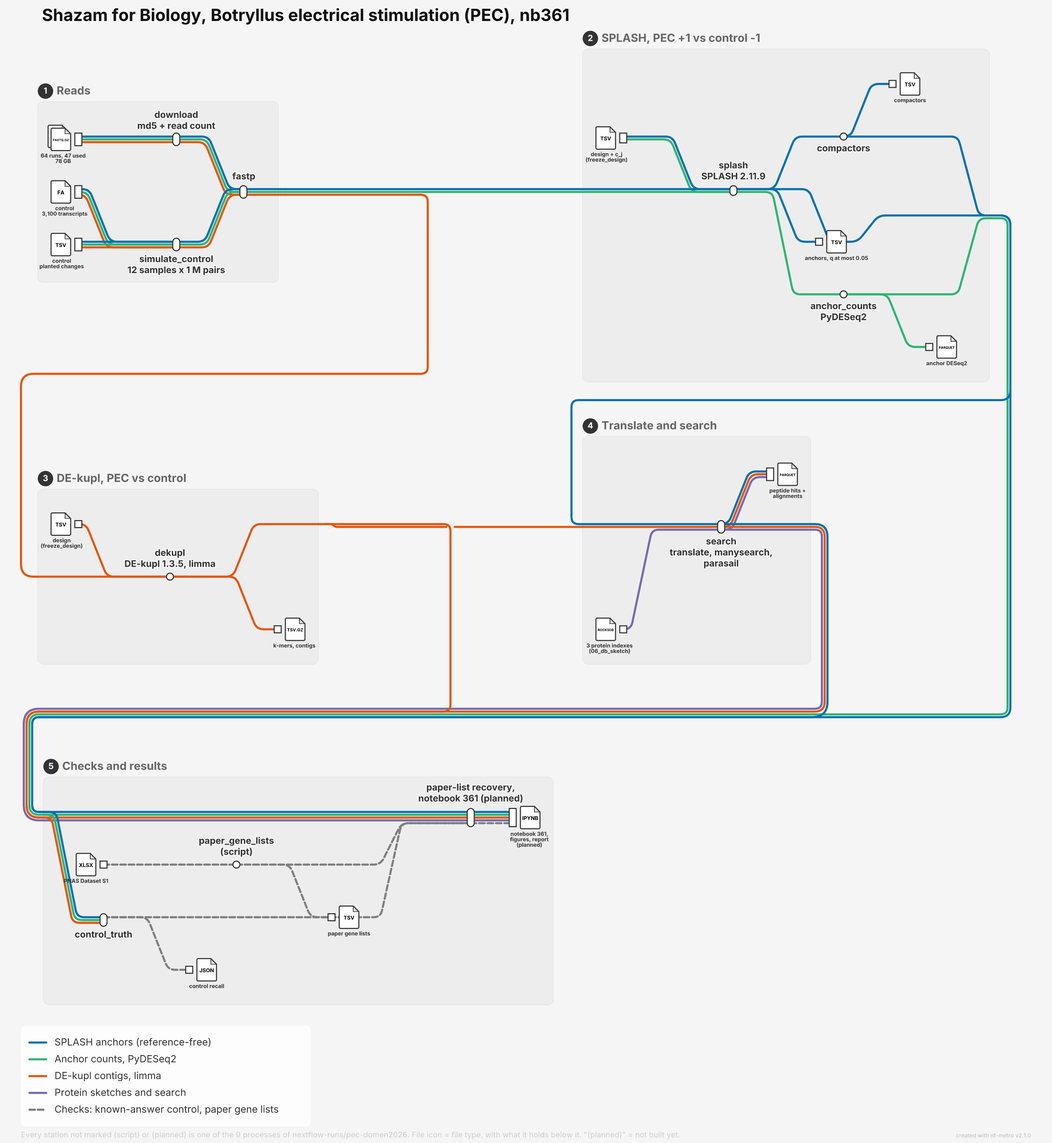
The Mermaid diagram docs/shazam-workflows/shazam_pec_nb361_metro.png in seanome/2024-kmerseek-analysis, before a commit. Its source is kept beside it as docs/shazam-workflows/shazam_pec_nb361_metro.mmd.
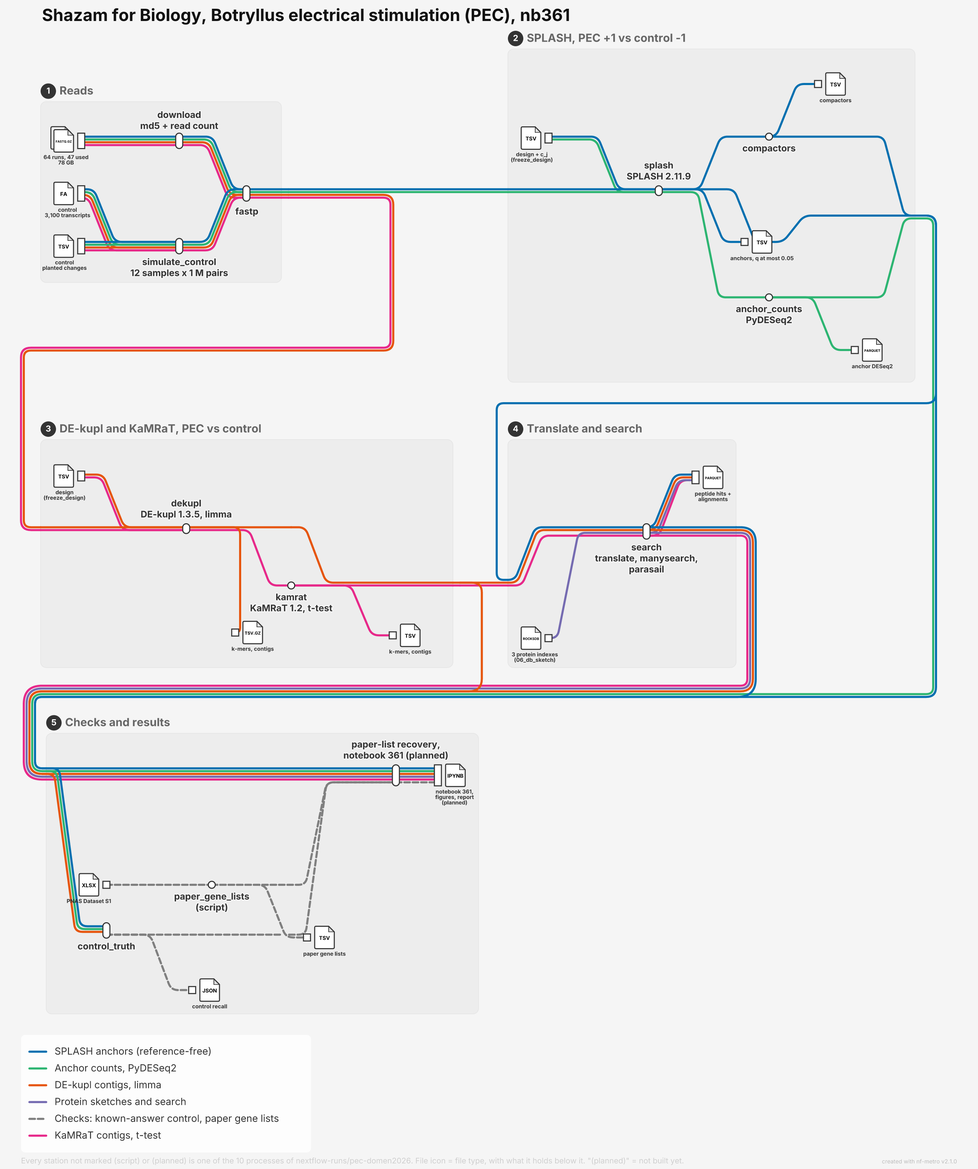
After the change.

Commit message:
PEC metro map: add a KaMRaT station (10 processes)

Diff of the diagram source:
```diff
@@ -8,11 +8,11 @@
         simulate_control[simulate_control\n12 samples x 1 M pairs]
         fastp[fastp]
 
-        reads_in -->|splash,counts,dekupl| download
-        download -->|splash,counts,dekupl| fastp
-        ctrlfa_in -->|splash,counts,dekupl| simulate_control
-        ctrltsv_in -->|splash,counts,dekupl| simulate_control
-        simulate_control -->|splash,counts,dekupl| fastp
+        reads_in -->|splash,counts,dekupl,kamrat| download
+        download -->|splash,counts,dekupl,kamrat| fastp
+        ctrlfa_in -->|splash,counts,dekupl,kamrat| simulate_control
+        ctrltsv_in -->|splash,counts,dekupl,kamrat| simulate_control
+        simulate_control -->|splash,counts,dekupl,kamrat| fastp
     end
 
     subgraph find [SPLASH, PEC +1 vs control -1]
@@ -32,13 +32,17 @@
         anchor_counts -->|counts| deseq_out
     end
 
-    subgraph dk [DE-kupl, PEC vs control]
+    subgraph dk [DE-kupl and KaMRaT, PEC vs control]
         design_dk[ ]
         dekupl[dekupl\nDE-kupl 1.3.5, limma]
+        kamrat[kamrat\nKaMRaT 1.2, t-test]
         dekupl_out[ ]
+        kamrat_out[ ]
 
-        design_dk -->|dekupl| dekupl
+        design_dk -->|dekupl,kamrat| dekupl
         dekupl -->|dekupl| dekupl_out
+        dekupl -->|kamrat| kamrat
+        kamrat -->|kamrat| kamrat_out
     end
 
     subgraph srch [Translate and search]
@@ -47,7 +51,7 @@
         aln_out[ ]
 
         db_in -->|protein| search
-        search -->|splash,dekupl,protein| aln_out
+        search -->|splash,dekupl,kamrat,protein| aln_out
     end
 
     subgraph checks [Checks and results]
@@ -64,15 +68,16 @@
         paper -->|check| paper_out
         control_truth -->|check| recover
         paper -->|check| recover
-        recover -->|splash,counts,dekupl,protein,check| nb_out
+        recover -->|splash,counts,dekupl,kamrat,protein,check| nb_out
     end
 
     fastp -->|splash,counts| splash
-    fastp -->|dekupl| dekupl
+    fastp -->|dekupl,kamrat| dekupl
     compactors -->|splash| search
     dekupl -->|dekupl| search
+    kamrat -->|kamrat| search
     splash -->|splash| control_truth
     anchor_counts -->|counts| control_truth
     dekupl -->|dekupl| control_truth
     anchor_counts -->|counts| recover
-    search -->|splash,dekupl,protein| recover
+    search -->|splash,dekupl,kamrat,protein| recover
```
